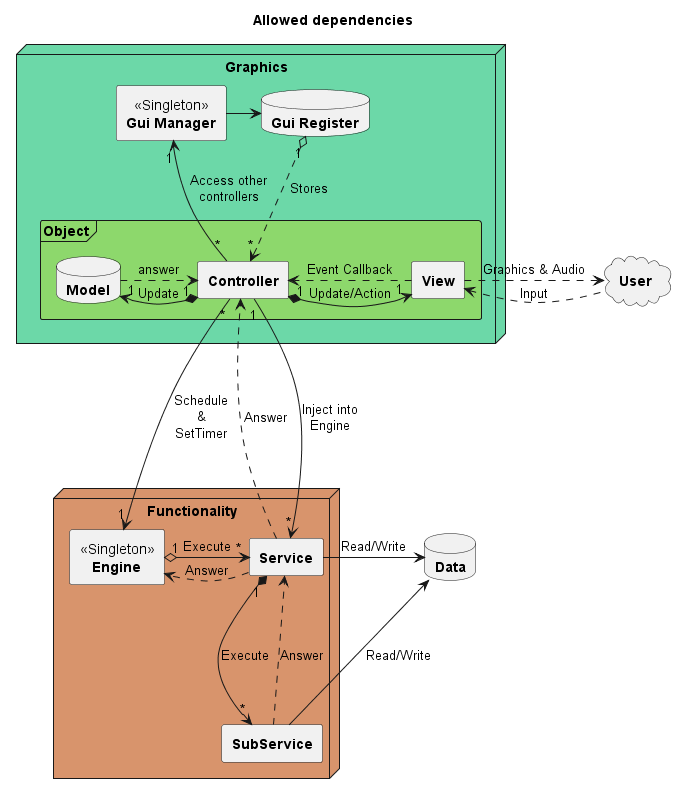
Above: out/mvc_architecture.png in rojohans/UntitledSurvivalExploration (PlantUML), before the change. Its diagram source:
```plantuml
@startuml mvc_architecture

title Allowed dependencies


!$GRAPHICS_COLOUR = "#6CD8A8"
!$OBJECT_COLOUR = "#8DD86C"
!$FUNCTIONALITY_COLOUR = "#D8946C"

package Graphics <<node>> $GRAPHICS_COLOUR{

    package "  <<Singleton>>\n<b>Gui Manager" as GuiManager <<rectangle>>{
    }
    package "<b>Gui Register" as GuiRegister <<Database>>{
    }

    package Object <<frame>> $OBJECT_COLOUR{
            package "<b>Controller" as Controller <<rectangle>>{
            }
            package "<b>View" as View <<rectangle>>{
            }
            package "<b>Model" as Model <<Database>>{
        }
    }
}

package "<b>User" as User <<Cloud>>{
}

package Functionality <<node>> $FUNCTIONALITY_COLOUR{
    package "<b>Service" as Service <<rectangle>>{
    }
    package "<b>SubService" as SubService <<rectangle>>{
    }
    package "<<Singleton>>\n   <b>Engine" as Engine <<rectangle>>{
    }
}

package "<b>Data" as Data <<Database>>{
}


GuiRegister "1" o.d.> "*" Controller : Stores

GuiManager -l-> GuiRegister

Controller "1" *--r-> "1" View : Update/Action
Controller "1" ---> "*" Service : Inject into\nEngine
Controller "*" ---> "1" Engine : Schedule\n&\nSetTimer
Controller "*" -u-> "1" GuiManager : Access other\ncontrollers

Model "1" <--l-* "1" Controller : Update
Model ...> Controller : answer

View ...> Controller : Event Callback
View <..r. User : Input
View ..r.> User : Graphics & Audio

Data <--l- Service : Read/Write
Data <--l- SubService : Read/Write

Service ...> Controller : Answer
Service "*" <--l-o "1" Engine : Execute
Service ...> Engine : Answer

SubService ...> Service : Answer
Service "1" *---> "*" SubService : Execute






@enduml
```
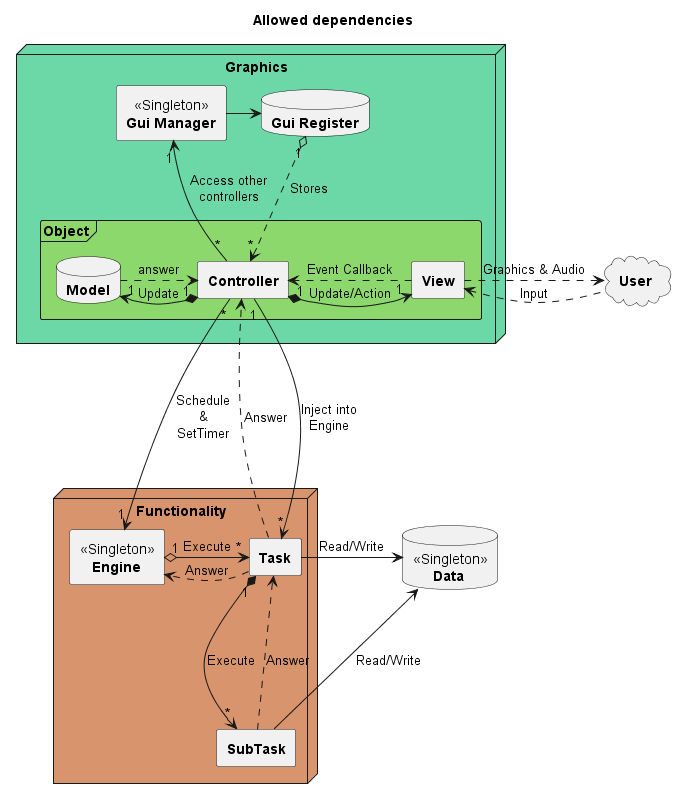
After the commit.

The edit, as a diff of the source:
```diff
@@ -28,15 +28,15 @@
 }
 
 package Functionality <<node>> $FUNCTIONALITY_COLOUR{
-    package "<b>Service" as Service <<rectangle>>{
+    package "<b>Task" as Service <<rectangle>>{
     }
-    package "<b>SubService" as SubService <<rectangle>>{
+    package "<b>SubTask" as SubService <<rectangle>>{
     }
     package "<<Singleton>>\n   <b>Engine" as Engine <<rectangle>>{
     }
 }
 
-package "<b>Data" as Data <<Database>>{
+package "<<Singleton>>\n     <b>Data" as Data <<Database>>{
 }
 
 
```
